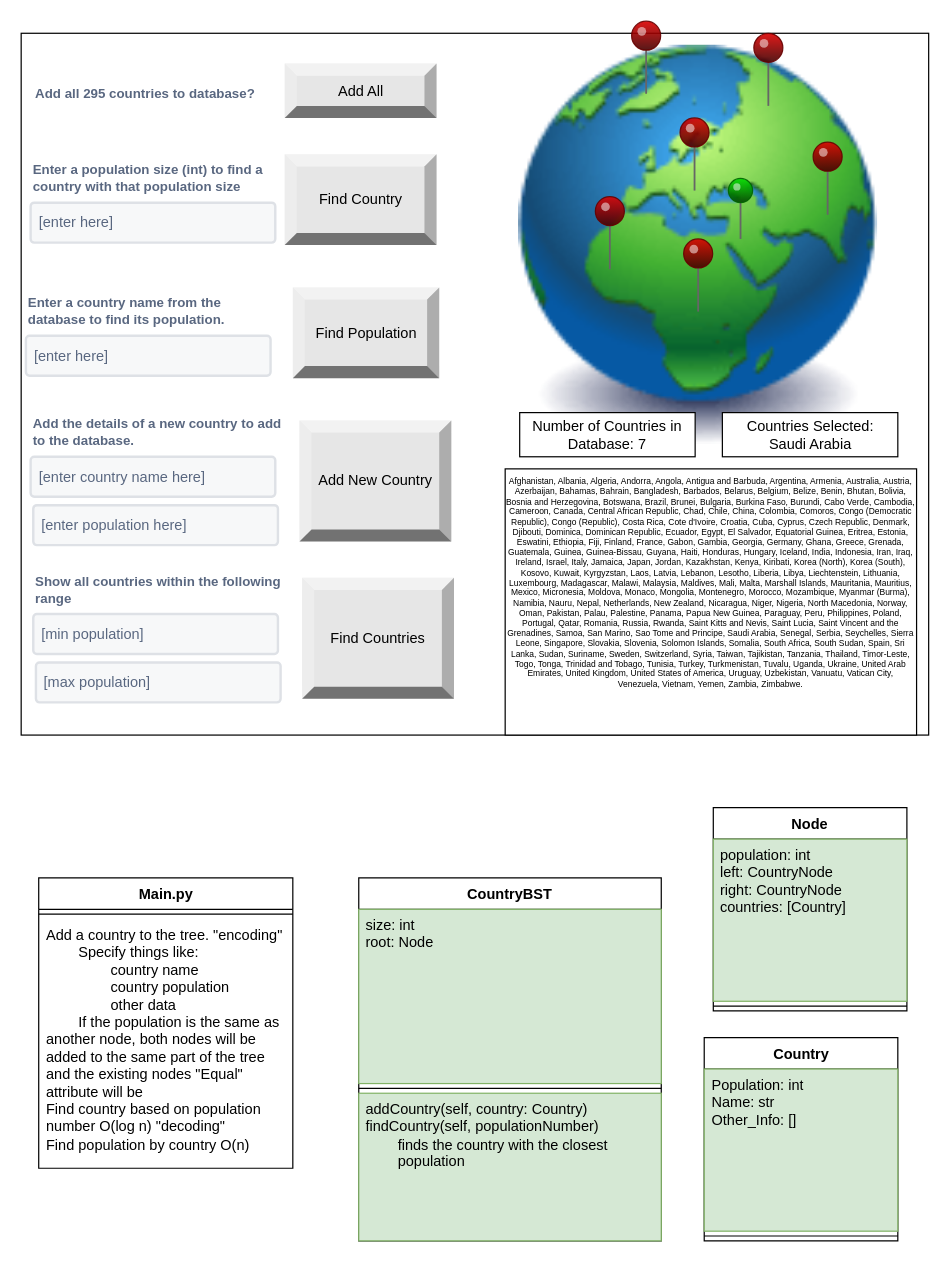
This is page "UML" (1 of 2) of final_project_diagram.drawio from atroy01/MSOE_Final_Project, a draw.io file, before an edit. Source tidied: cells renumbered, new cells numbered last; positions are measured from the earlier drawing's top-left corner, leaving out a move shared by most shapes. Both pictures are drawn from the tidied source at 121%, with x=0, y=0 at pixel (21, 21).
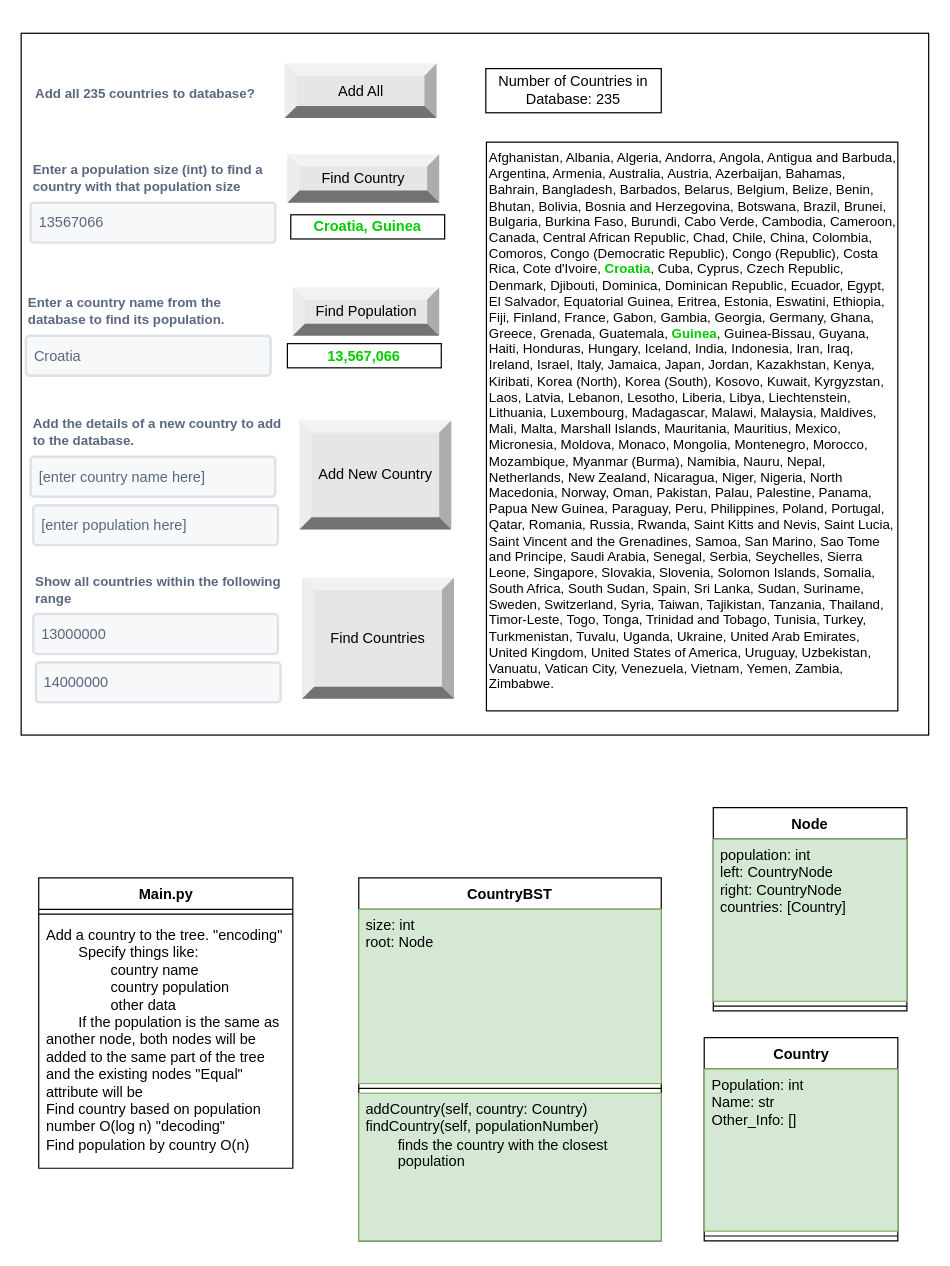
The same page after the edit.

What changed in the source:
```diff
@@
-    <mxCell id="16" style="image;html=1;image=img/lib/clip_art/general/Earth_globe_128x128.png;" parent="1" vertex="1">
-      <mxGeometry x="394.5" y="20" width="330" height="330" as="geometry" />
-    </mxCell>
-    <mxCell id="17" style="verticalLabelPosition=top;html=1;shadow=0;dashed=0;verticalAlign=bottom;strokeWidth=1;shape=mxgraph.ios.iPin;fillColor2=#00dd00;fillColor3=#004400;strokeColor=#006600;" parent="1" vertex="1">
-      <mxGeometry x="584.5" y="130" width="20" height="50" as="geometry" />
-    </mxCell>
-    <mxCell id="18" style="verticalLabelPosition=top;html=1;shadow=0;dashed=0;verticalAlign=bottom;strokeWidth=1;shape=mxgraph.ios.iPin;fillColor2=#dd0000;fillColor3=#440000;strokeColor=#660000;" parent="1" vertex="1">
-      <mxGeometry x="547.5" y="180" width="24" height="60" as="geometry" />
-    </mxCell>
-    <mxCell id="19" style="verticalLabelPosition=top;html=1;shadow=0;dashed=0;verticalAlign=bottom;strokeWidth=1;shape=mxgraph.ios.iPin;fillColor2=#dd0000;fillColor3=#440000;strokeColor=#660000;" parent="1" vertex="1">
-      <mxGeometry x="654.5" y="100" width="24" height="60" as="geometry" />
-    </mxCell>
-    <mxCell id="20" style="verticalLabelPosition=top;html=1;shadow=0;dashed=0;verticalAlign=bottom;strokeWidth=1;shape=mxgraph.ios.iPin;fillColor2=#dd0000;fillColor3=#440000;strokeColor=#660000;" parent="1" vertex="1">
-      <mxGeometry x="544.5" y="80" width="24" height="60" as="geometry" />
-    </mxCell>
-    <mxCell id="21" style="verticalLabelPosition=top;html=1;shadow=0;dashed=0;verticalAlign=bottom;strokeWidth=1;shape=mxgraph.ios.iPin;fillColor2=#dd0000;fillColor3=#440000;strokeColor=#660000;" parent="1" vertex="1">
-      <mxGeometry x="504.5" width="24" height="60" as="geometry" />
-    </mxCell>
-    <mxCell id="22" style="verticalLabelPosition=top;html=1;shadow=0;dashed=0;verticalAlign=bottom;strokeWidth=1;shape=mxgraph.ios.iPin;fillColor2=#dd0000;fillColor3=#440000;strokeColor=#660000;" parent="1" vertex="1">
-      <mxGeometry x="474.5" y="145" width="24" height="60" as="geometry" />
-    </mxCell>
-    <mxCell id="23" style="verticalLabelPosition=top;html=1;shadow=0;dashed=0;verticalAlign=bottom;strokeWidth=1;shape=mxgraph.ios.iPin;fillColor2=#dd0000;fillColor3=#440000;strokeColor=#660000;" parent="1" vertex="1">
-      <mxGeometry x="605.5" y="10" width="24" height="60" as="geometry" />
-    </mxCell>
@@
     <mxCell id="25" value="Find Country" style="labelPosition=center;verticalLabelPosition=middle;align=center;html=1;shape=mxgraph.basic.shaded_button;dx=10;fillColor=#E6E6E6;strokeColor=none;whiteSpace=wrap;" parent="1" vertex="1">
-      <mxGeometry x="217.8" y="110" width="125.5" height="75" as="geometry" />
+      <mxGeometry x="220" y="110" width="125.5" height="40" as="geometry" />
     </mxCell>
     <mxCell id="26" value="Find Population" style="labelPosition=center;verticalLabelPosition=middle;align=center;html=1;shape=mxgraph.basic.shaded_button;dx=10;fillColor=#E6E6E6;strokeColor=none;whiteSpace=wrap;" parent="1" vertex="1">
-      <mxGeometry x="224.5" y="220" width="121" height="75" as="geometry" />
+      <mxGeometry x="224.5" y="220" width="121" height="40" as="geometry" />
     </mxCell>
     <mxCell id="27" value="Add New Country" style="labelPosition=center;verticalLabelPosition=middle;align=center;html=1;shape=mxgraph.basic.shaded_button;dx=10;fillColor=#E6E6E6;strokeColor=none;whiteSpace=wrap;" parent="1" vertex="1">
-      <mxGeometry x="230" y="330" width="125.5" height="100" as="geometry" />
+      <mxGeometry x="230" y="330" width="125.5" height="90" as="geometry" />
     </mxCell>
@@
-    <mxCell id="29" value="[enter here]" style="rounded=1;arcSize=9;fillColor=#F7F8F9;align=left;spacingLeft=5;strokeColor=#DEE1E6;html=1;strokeWidth=2;fontColor=#596780;fontSize=12;" parent="1" vertex="1">
+    <mxCell id="29" value="13567066" style="rounded=1;arcSize=9;fillColor=#F7F8F9;align=left;spacingLeft=5;strokeColor=#DEE1E6;html=1;strokeWidth=2;fontColor=#596780;fontSize=12;" parent="1" vertex="1">
       <mxGeometry x="7.8" y="150" width="202.2" height="33" as="geometry" />
     </mxCell>
-    <mxCell id="30" value="Add all 295 countries to database?" style="fillColor=none;strokeColor=none;html=1;fontSize=11;fontStyle=0;align=left;fontColor=#596780;fontStyle=1;fontSize=11;whiteSpace=wrap;" parent="1" vertex="1">
+    <mxCell id="30" value="Add all 235 countries to database?" style="fillColor=none;strokeColor=none;html=1;fontSize=11;fontStyle=0;align=left;fontColor=#596780;fontStyle=1;fontSize=11;whiteSpace=wrap;" parent="1" vertex="1">
       <mxGeometry x="10" y="40" width="210" height="40" as="geometry" />
     </mxCell>
@@
-    <mxCell id="32" value="[enter here]" style="rounded=1;arcSize=9;fillColor=#F7F8F9;align=left;spacingLeft=5;strokeColor=#DEE1E6;html=1;strokeWidth=2;fontColor=#596780;fontSize=12;" parent="1" vertex="1">
+    <mxCell id="32" value="Croatia" style="rounded=1;arcSize=9;fillColor=#F7F8F9;align=left;spacingLeft=5;strokeColor=#DEE1E6;html=1;strokeWidth=2;fontColor=#596780;fontSize=12;" parent="1" vertex="1">
       <mxGeometry x="3.9" y="260" width="202.2" height="33" as="geometry" />
     </mxCell>
@@
-    <mxCell id="36" value="Number of Countries in Database: 7" style="rounded=0;whiteSpace=wrap;html=1;" parent="1" vertex="1">
-      <mxGeometry x="412" y="323.5" width="145" height="36.5" as="geometry" />
+    <mxCell id="36" value="Number of Countries in Database: 235" style="rounded=0;whiteSpace=wrap;html=1;" parent="1" vertex="1">
+      <mxGeometry x="384" y="39.2" width="145" height="36.5" as="geometry" />
     </mxCell>
-    <mxCell id="37" value="Countries Selected:&lt;br&gt;Saudi Arabia" style="rounded=0;whiteSpace=wrap;html=1;" parent="1" vertex="1">
-      <mxGeometry x="579.5" y="323.5" width="145" height="36.5" as="geometry" />
-    </mxCell>
-    <mxCell id="38" style="verticalLabelPosition=top;html=1;shadow=0;dashed=0;verticalAlign=bottom;strokeWidth=1;shape=mxgraph.ios.iPin;fillColor2=#00dd00;fillColor3=#004400;strokeColor=#006600;" parent="1" vertex="1">
-      <mxGeometry x="710" y="383" width="20" height="50" as="geometry" />
-    </mxCell>
@@
-    <mxCell id="41" value="[min population]" style="rounded=1;arcSize=9;fillColor=#F7F8F9;align=left;spacingLeft=5;strokeColor=#DEE1E6;html=1;strokeWidth=2;fontColor=#596780;fontSize=12;" parent="1" vertex="1">
+    <mxCell id="41" value="13000000" style="rounded=1;arcSize=9;fillColor=#F7F8F9;align=left;spacingLeft=5;strokeColor=#DEE1E6;html=1;strokeWidth=2;fontColor=#596780;fontSize=12;" parent="1" vertex="1">
       <mxGeometry x="10" y="490" width="202.2" height="33" as="geometry" />
     </mxCell>
-    <mxCell id="42" value="[max population]" style="rounded=1;arcSize=9;fillColor=#F7F8F9;align=left;spacingLeft=5;strokeColor=#DEE1E6;html=1;strokeWidth=2;fontColor=#596780;fontSize=12;" parent="1" vertex="1">
+    <mxCell id="42" value="14000000" style="rounded=1;arcSize=9;fillColor=#F7F8F9;align=left;spacingLeft=5;strokeColor=#DEE1E6;html=1;strokeWidth=2;fontColor=#596780;fontSize=12;" parent="1" vertex="1">
       <mxGeometry x="12.2" y="530" width="202.2" height="33" as="geometry" />
     </mxCell>
-    <mxCell id="43" value="Afghanistan, Albania, Algeria, Andorra, Angola, Antigua and Barbuda, Argentina, Armenia, Australia, Austria, Azerbaijan, Bahamas, Bahrain, Bangladesh, Barbados, Belarus, Belgium, Belize, Benin, Bhutan, Bolivia, Bosnia and Herzegovina, Botswana, Brazil, Brunei, Bulgaria, Burkina Faso, Burundi, Cabo Verde, Cambodia, Cameroon, Canada, Central African Republic, Chad, Chile, China, Colombia, Comoros, Congo (Democratic Republic), Congo (Republic), Costa Rica, Cote d'Ivoire, Croatia, Cuba, Cyprus, Czech Republic, Denmark, Djibouti, Dominica, Dominican Republic, Ecuador, Egypt, El Salvador, Equatorial Guinea, Eritrea, Estonia, Eswatini, Ethiopia, Fiji, Finland, France, Gabon, Gambia, Georgia, Germany, Ghana, Greece, Grenada, Guatemala, Guinea, Guinea-Bissau, Guyana, Haiti, Honduras, Hungary, Iceland, India, Indonesia, Iran, Iraq, Ireland, Israel, Italy, Jamaica, Japan, Jordan, Kazakhstan, Kenya, Kiribati, Korea (North), Korea (South), Kosovo, Kuwait, Kyrgyzstan, Laos, Latvia, Lebanon, Lesotho, Liberia, Libya, Liechtenstein, Lithuania, Luxembourg, Madagascar, Malawi, Malaysia, Maldives, Mali, Malta, Marshall Islands, Mauritania, Mauritius, Mexico, Micronesia, Moldova, Monaco, Mongolia, Montenegro, Morocco, Mozambique, Myanmar (Burma), Namibia, Nauru, Nepal, Netherlands, New Zealand, Nicaragua, Niger, Nigeria, North Macedonia, Norway, Oman, Pakistan, Palau, Palestine, Panama, Papua New Guinea, Paraguay, Peru, Philippines, Poland, Portugal, Qatar, Romania, Russia, Rwanda, Saint Kitts and Nevis, Saint Lucia, Saint Vincent and the Grenadines, Samoa, San Marino, Sao Tome and Principe, Saudi Arabia, Senegal, Serbia, Seychelles, Sierra Leone, Singapore, Slovakia, Slovenia, Solomon Islands, Somalia, South Africa, South Sudan, Spain, Sri Lanka, Sudan, Suriname, Sweden, Switzerland, Syria, Taiwan, Tajikistan, Tanzania, Thailand, Timor-Leste, Togo, Tonga, Trinidad and Tobago, Tunisia, Turkey, Turkmenistan, Tuvalu, Uganda, Ukraine, United Arab Emirates, United Kingdom, United States of America, Uruguay, Uzbekistan, Vanuatu, Vatican City, Venezuela, Vietnam, Yemen, Zambia, Zimbabwe." style="rounded=0;whiteSpace=wrap;html=1;fontSize=7;verticalAlign=top;" parent="1" vertex="1">
-      <mxGeometry x="400" y="370" width="340" height="220" as="geometry" />
+    <mxCell id="43" value="Afghanistan, Albania, Algeria, Andorra, Angola, Antigua and Barbuda, Argentina, Armenia, Australia, Austria, Azerbaijan, Bahamas, Bahrain, Bangladesh, Barbados, Belarus, Belgium, Belize, Benin, Bhutan, Bolivia, Bosnia and Herzegovina, Botswana, Brazil, Brunei, Bulgaria, Burkina Faso, Burundi, Cabo Verde, Cambodia, Cameroon, Canada, Central African Republic, Chad, Chile, China, Colombia, Comoros, Congo (Democratic Republic), Congo (Republic), Costa Rica, Cote d'Ivoire, &lt;b style=&quot;&quot;&gt;&lt;font color=&quot;#00cc00&quot;&gt;Croatia&lt;/font&gt;&lt;/b&gt;, Cuba, Cyprus, Czech Republic, Denmark, Djibouti, Dominica, Dominican Republic, Ecuador, Egypt, El Salvador, Equatorial Guinea, Eritrea, Estonia, Eswatini, Ethiopia, Fiji, Finland, France, Gabon, Gambia, Georgia, Germany, Ghana, Greece, Grenada, Guatemala, &lt;b&gt;&lt;font color=&quot;#00cc00&quot;&gt;Guinea&lt;/font&gt;&lt;/b&gt;, Guinea-Bissau, Guyana, Haiti, Honduras, Hungary, Iceland, India, Indonesia, Iran, Iraq, Ireland, Israel, Italy, Jamaica, Japan, Jordan, Kazakhstan, Kenya, Kiribati, Korea (North), Korea (South), Kosovo, Kuwait, Kyrgyzstan, Laos, Latvia, Lebanon, Lesotho, Liberia, Libya, Liechtenstein, Lithuania, Luxembourg, Madagascar, Malawi, Malaysia, Maldives, Mali, Malta, Marshall Islands, Mauritania, Mauritius, Mexico, Micronesia, Moldova, Monaco, Mongolia, Montenegro, Morocco, Mozambique, Myanmar (Burma), Namibia, Nauru, Nepal, Netherlands, New Zealand, Nicaragua, Niger, Nigeria, North Macedonia, Norway, Oman, Pakistan, Palau, Palestine, Panama, Papua New Guinea, Paraguay, Peru, Philippines, Poland, Portugal, Qatar, Romania, Russia, Rwanda, Saint Kitts and Nevis, Saint Lucia, Saint Vincent and the Grenadines, Samoa, San Marino, Sao Tome and Principe, Saudi Arabia, Senegal, Serbia, Seychelles, Sierra Leone, Singapore, Slovakia, Slovenia, Solomon Islands, Somalia, South Africa, South Sudan, Spain, Sri Lanka, Sudan, Suriname, Sweden, Switzerland, Syria, Taiwan, Tajikistan, Tanzania, Thailand, Timor-Leste, Togo, Tonga, Trinidad and Tobago, Tunisia, Turkey, Turkmenistan, Tuvalu, Uganda, Ukraine, United Arab Emirates, United Kingdom, United States of America, Uruguay, Uzbekistan, Vanuatu, Vatican City, Venezuela, Vietnam, Yemen, Zambia, Zimbabwe." style="rounded=0;whiteSpace=wrap;html=1;fontSize=11;verticalAlign=top;align=left;" parent="1" vertex="1">
+      <mxGeometry x="384.5" y="100" width="340" height="470" as="geometry" />
     </mxCell>
+    <mxCell id="44" value="&lt;b&gt;&lt;font color=&quot;#00cc00&quot;&gt;Croatia, Guinea&lt;/font&gt;&lt;/b&gt;" style="rounded=0;whiteSpace=wrap;html=1;" parent="1" vertex="1">
+      <mxGeometry x="222.8" y="160" width="127.2" height="20" as="geometry" />
+    </mxCell>
+    <mxCell id="45" value="&lt;font color=&quot;#00cc00&quot;&gt;&lt;b&gt;13,567,066&lt;/b&gt;&lt;/font&gt;" style="rounded=0;whiteSpace=wrap;html=1;" parent="1" vertex="1">
+      <mxGeometry x="220" y="266.5" width="127.2" height="20" as="geometry" />
+    </mxCell>
```
